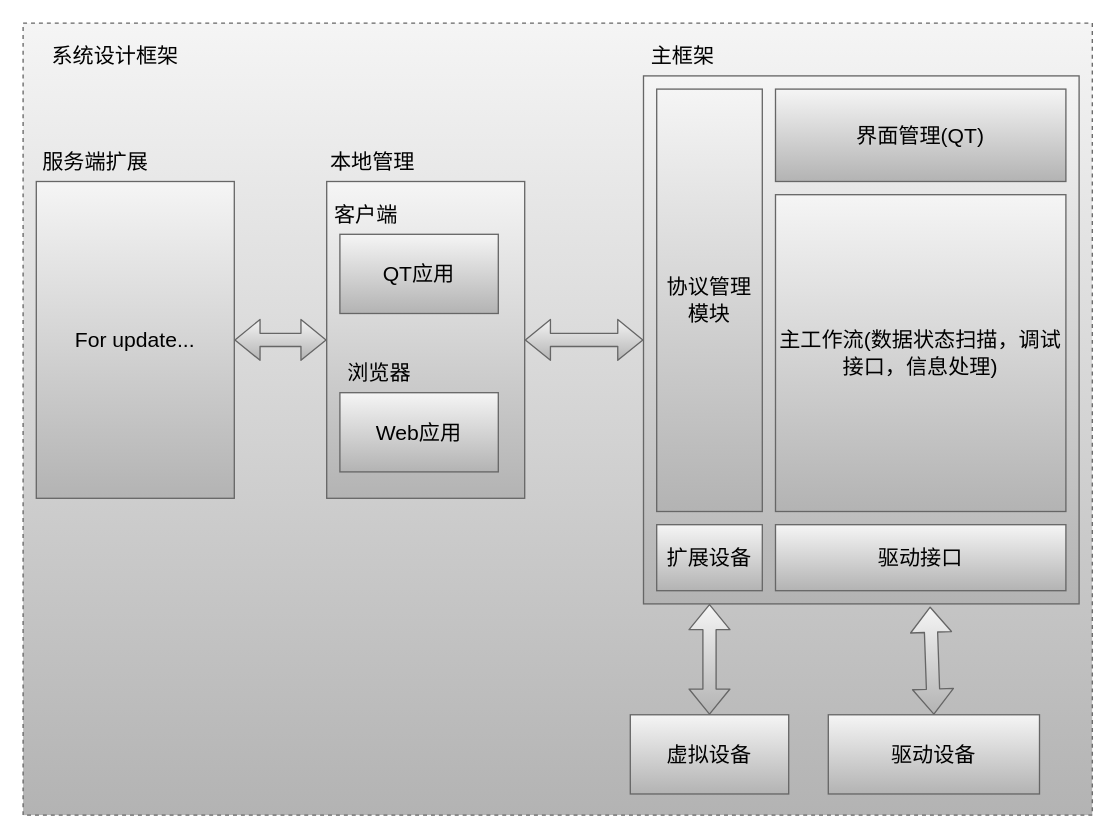
Above: document/Firmware.drawio in zc110747/remote_manage (draw.io), before the change. Source tidied: cells renumbered, new cells numbered last; positions are measured from the earlier drawing's top-left corner, leaving out a move shared by most shapes. Both pictures are drawn from the tidied source at 132%, with x=0, y=0 at pixel (22, 22).
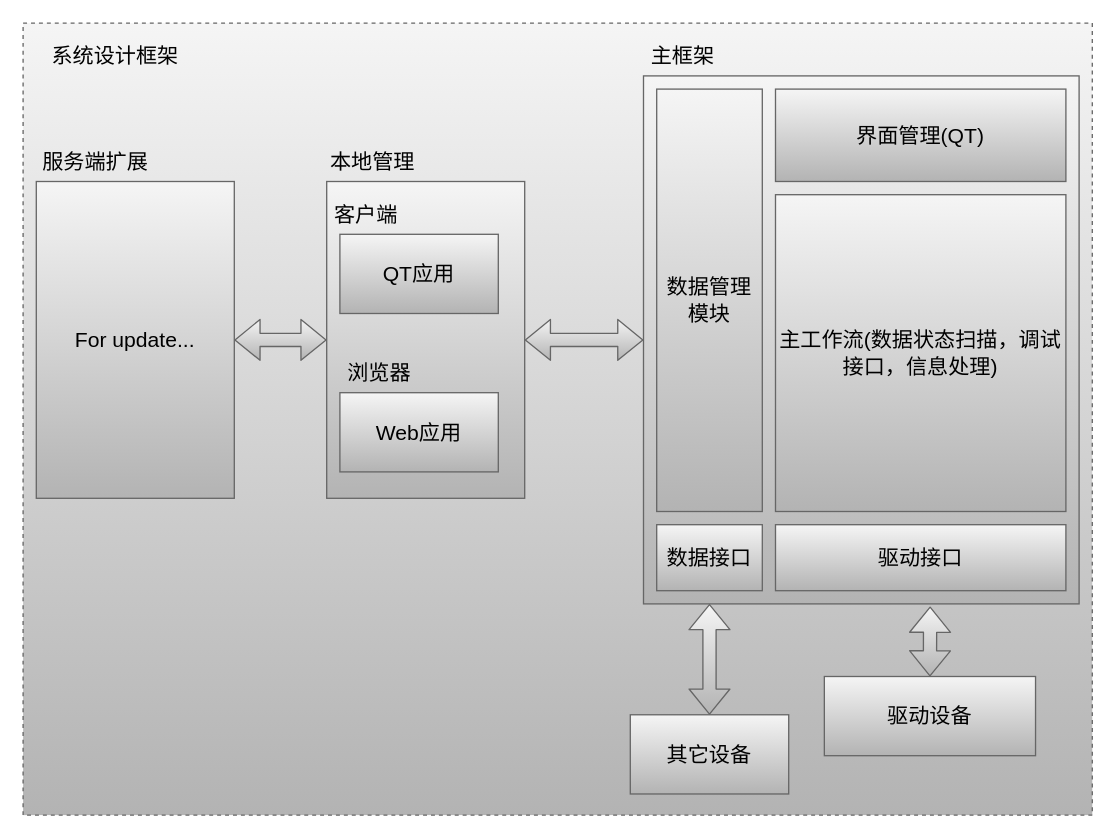
After the change.

Unchanged cells that the change refers to:
```xml
<mxCell id="2" style="group;" parent="1" vertex="1">
  <mxGeometry width="810" height="600" as="geometry" />
</mxCell>
```

What changed in the source:
```diff
@@
-    <mxCell id="12" value="协议管理模块" style="rounded=0;whiteSpace=wrap;html=1;fontSize=16;fillColor=#f5f5f5;gradientColor=#b3b3b3;strokeColor=#666666;fontColor=#000000;" parent="2" vertex="1">
+    <mxCell id="12" value="数据管理模块" style="rounded=0;whiteSpace=wrap;html=1;fontSize=16;fillColor=#f5f5f5;gradientColor=#b3b3b3;strokeColor=#666666;fontColor=#000000;" parent="2" vertex="1">
       <mxGeometry x="480" y="50" width="80" height="320" as="geometry" />
     </mxCell>
@@
-    <mxCell id="16" value="扩展设备" style="rounded=0;whiteSpace=wrap;html=1;fontSize=16;fillColor=#f5f5f5;gradientColor=#b3b3b3;strokeColor=#666666;fontColor=#000000;" parent="2" vertex="1">
+    <mxCell id="16" value="数据接口" style="rounded=0;whiteSpace=wrap;html=1;fontSize=16;fillColor=#f5f5f5;gradientColor=#b3b3b3;strokeColor=#666666;fontColor=#000000;" parent="2" vertex="1">
       <mxGeometry x="480" y="380" width="80" height="50" as="geometry" />
     </mxCell>
@@
-    <mxCell id="18" value="虚拟设备" style="rounded=0;whiteSpace=wrap;html=1;fontSize=16;fillColor=#f5f5f5;gradientColor=#b3b3b3;strokeColor=#666666;fontColor=#000000;" parent="2" vertex="1">
+    <mxCell id="18" value="其它设备" style="rounded=0;whiteSpace=wrap;html=1;fontSize=16;fillColor=#f5f5f5;gradientColor=#b3b3b3;strokeColor=#666666;fontColor=#000000;" parent="2" vertex="1">
       <mxGeometry x="460" y="524" width="120" height="60" as="geometry" />
     </mxCell>
@@
     <mxCell id="24" value="驱动设备" style="rounded=0;whiteSpace=wrap;html=1;fontSize=16;fillColor=#f5f5f5;gradientColor=#b3b3b3;strokeColor=#666666;fontColor=#000000;" parent="2" vertex="1">
-      <mxGeometry x="610" y="524" width="160" height="60" as="geometry" />
+      <mxGeometry x="607" y="495" width="160" height="60" as="geometry" />
     </mxCell>
```
